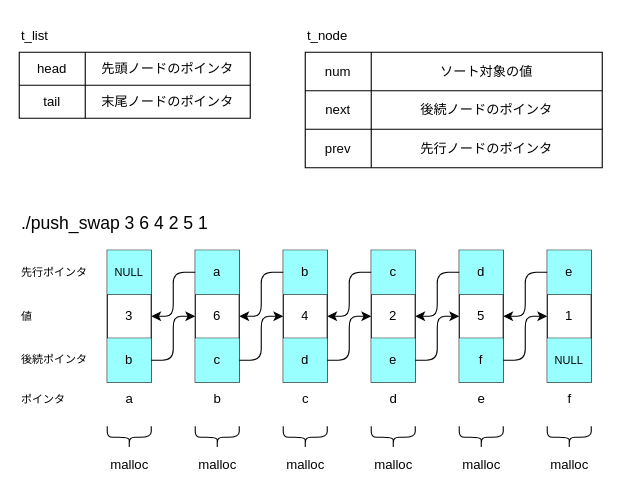
welove-t/42Tokyo-push_swap keeps this draw.io diagram as page "ページ2" (2 of 3) of images/linear.dio. Above is the earlier version. Source tidied: cells renumbered, new cells numbered last; positions are measured from the earlier drawing's top-left corner, leaving out a move shared by most shapes. Both pictures are drawn from the tidied source at 110%, with x=0, y=0 at pixel (19, 19).
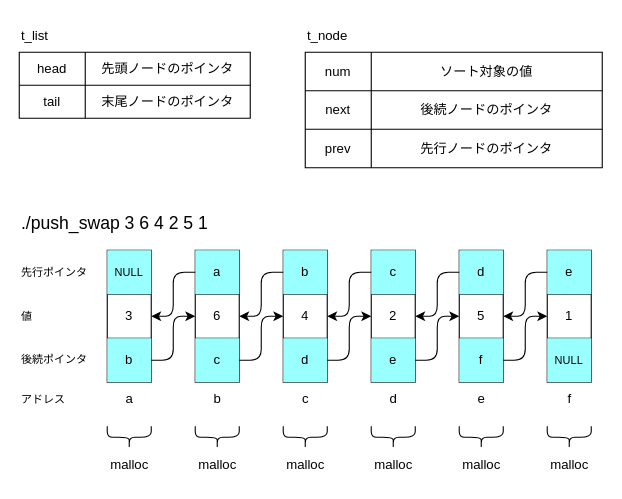
After the change.

Change to the diagram source:
```diff
@@
-    <mxCell id="70" value="ポインタ" style="text;html=1;align=left;verticalAlign=middle;strokeColor=none;fillColor=none;fontSize=10;" parent="1" vertex="1">
+    <mxCell id="70" value="アドレス" style="text;html=1;align=left;verticalAlign=middle;strokeColor=none;fillColor=none;fontSize=10;" parent="1" vertex="1">
       <mxGeometry y="330" width="60" height="30" as="geometry" />
     </mxCell>
```
